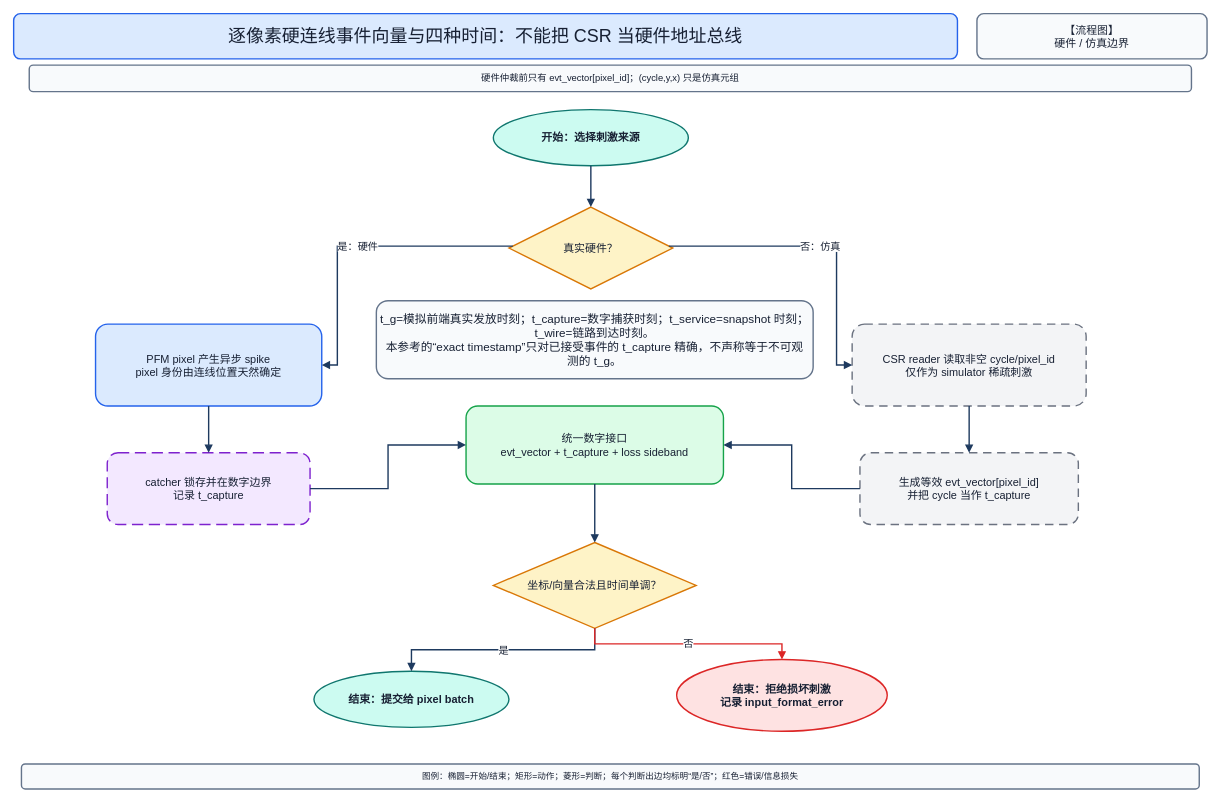
Above: page "02_硬件输入与时间定义" (2 of 31) of PFM_AER_v6_核心纯流程图与状态机_0721_v3.drawio in qcm0224/SimpleLatexVisualize (draw.io), before the change. Source tidied: cells renumbered, new cells numbered last; positions are measured from the earlier drawing's top-left corner, leaving out a move shared by most shapes. Both pictures are drawn from the tidied source at 78%, with x=0, y=0 at pixel (13, 13).
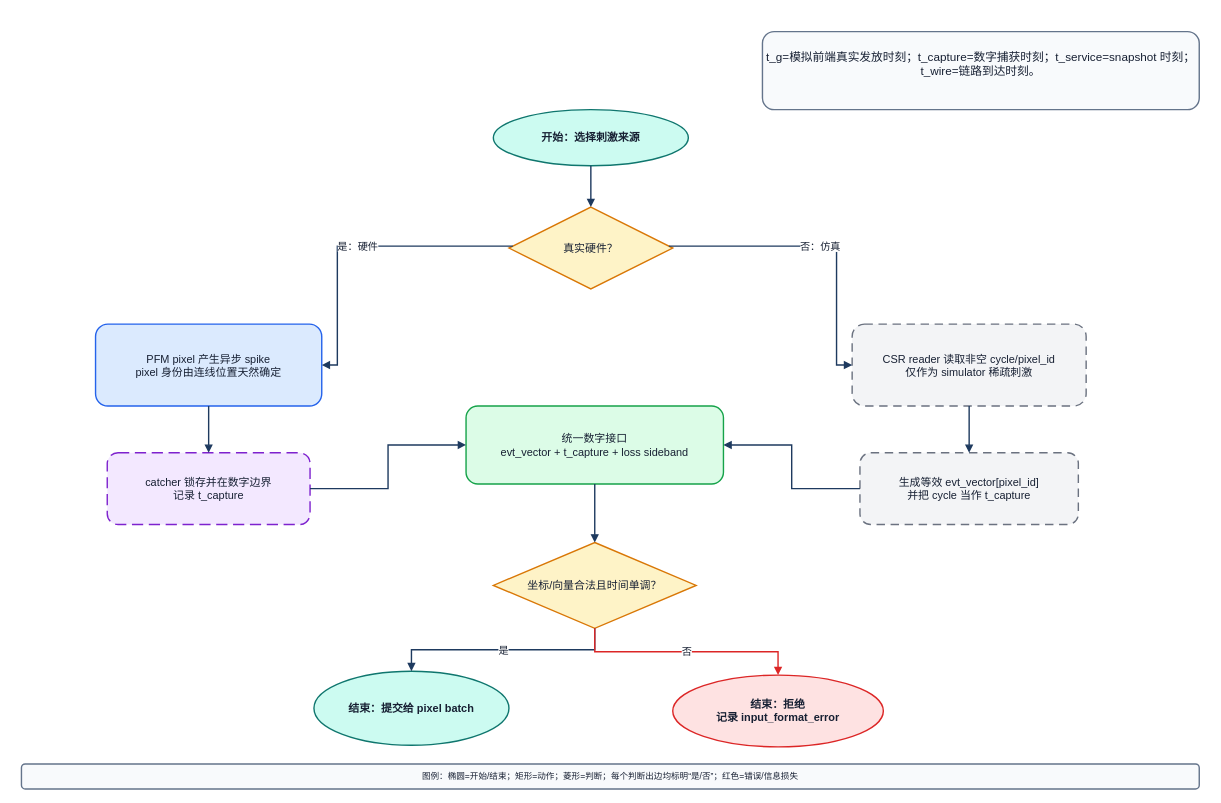
After the change.

The edit, as a diff of the source:
```diff
@@
-    <mxCell id="2" value="逐像素硬连线事件向量与四种时间：不能把 CSR 当硬件地址总线" style="whiteSpace=wrap;html=1;fillColor=#DBEAFE;strokeColor=#2563EB;fontColor=#172033;fontSize=23;fontFamily=Arial;align=center;verticalAlign=middle;spacing=6;strokeWidth=1.8;rounded=1;" parent="1" vertex="1">
-      <mxGeometry width="1210" height="58" as="geometry" />
-    </mxCell>
-    <mxCell id="3" value="【流程图】&lt;br&gt;硬件 / 仿真边界" style="whiteSpace=wrap;html=1;fillColor=#F8FAFC;strokeColor=#64748B;fontColor=#172033;fontSize=14;fontFamily=Arial;align=center;verticalAlign=middle;spacing=6;strokeWidth=1.8;rounded=1;" parent="1" vertex="1">
-      <mxGeometry x="1235" width="295" height="58" as="geometry" />
-    </mxCell>
-    <mxCell id="4" value="硬件仲裁前只有 evt_vector[pixel_id]；(cycle,y,x) 只是仿真元组" style="whiteSpace=wrap;html=1;fillColor=#F8FAFC;strokeColor=#64748B;fontColor=#172033;fontSize=12;fontFamily=Arial;align=center;verticalAlign=middle;spacing=6;strokeWidth=1.8;rounded=1;" parent="1" vertex="1">
-      <mxGeometry x="20" y="66" width="1490" height="34" as="geometry" />
-    </mxCell>
@@
     <mxCell id="13" value="结束：提交给 pixel batch" style="whiteSpace=wrap;html=1;fillColor=#CCFBF1;strokeColor=#0F766E;fontColor=#172033;fontSize=14;fontFamily=Arial;align=center;verticalAlign=middle;spacing=6;strokeWidth=1.8;rounded=1;shape=ellipse;fontStyle=1;" parent="1" vertex="1">
-      <mxGeometry x="385" y="843" width="250" height="72" as="geometry" />
+      <mxGeometry x="385" y="843" width="250" height="95" as="geometry" />
     </mxCell>
-    <mxCell id="14" value="结束：拒绝损坏刺激&lt;br&gt;记录 input_format_error" style="whiteSpace=wrap;html=1;fillColor=#FEE2E2;strokeColor=#DC2626;fontColor=#172033;fontSize=14;fontFamily=Arial;align=center;verticalAlign=middle;spacing=6;strokeWidth=1.8;rounded=1;shape=ellipse;fontStyle=1;" parent="1" vertex="1">
-      <mxGeometry x="850" y="828" width="270" height="92" as="geometry" />
+    <mxCell id="14" value="结束：拒绝&lt;br&gt;记录 input_format_error" style="whiteSpace=wrap;html=1;fillColor=#FEE2E2;strokeColor=#DC2626;fontColor=#172033;fontSize=14;fontFamily=Arial;align=center;verticalAlign=middle;spacing=6;strokeWidth=1.8;rounded=1;shape=ellipse;fontStyle=1;" parent="1" vertex="1">
+      <mxGeometry x="845" y="848" width="270" height="92" as="geometry" />
     </mxCell>
-    <mxCell id="15" value="t_g=模拟前端真实发放时刻；t_capture=数字捕获时刻；t_service=snapshot 时刻；t_wire=链路到达时刻。&lt;br&gt;本参考的“exact timestamp”只对已接受事件的 t_capture 精确，不声称等于不可观测的 t_g。" style="whiteSpace=wrap;html=1;fillColor=#F8FAFC;strokeColor=#64748B;fontColor=#172033;fontSize=15;fontFamily=Arial;align=center;verticalAlign=middle;spacing=6;strokeWidth=1.8;rounded=1;" parent="1" vertex="1">
-      <mxGeometry x="465" y="368" width="560" height="100" as="geometry" />
+    <mxCell id="15" value="t_g=模拟前端真实发放时刻；t_capture=数字捕获时刻；t_service=snapshot 时刻；t_wire=链路到达时刻。&lt;div&gt;&lt;br/&gt;&lt;/div&gt;" style="whiteSpace=wrap;html=1;fillColor=#F8FAFC;strokeColor=#64748B;fontColor=#172033;fontSize=15;fontFamily=Arial;align=center;verticalAlign=middle;spacing=6;strokeWidth=1.8;rounded=1;" parent="1" vertex="1">
+      <mxGeometry x="960" y="23" width="560" height="100" as="geometry" />
     </mxCell>
```
